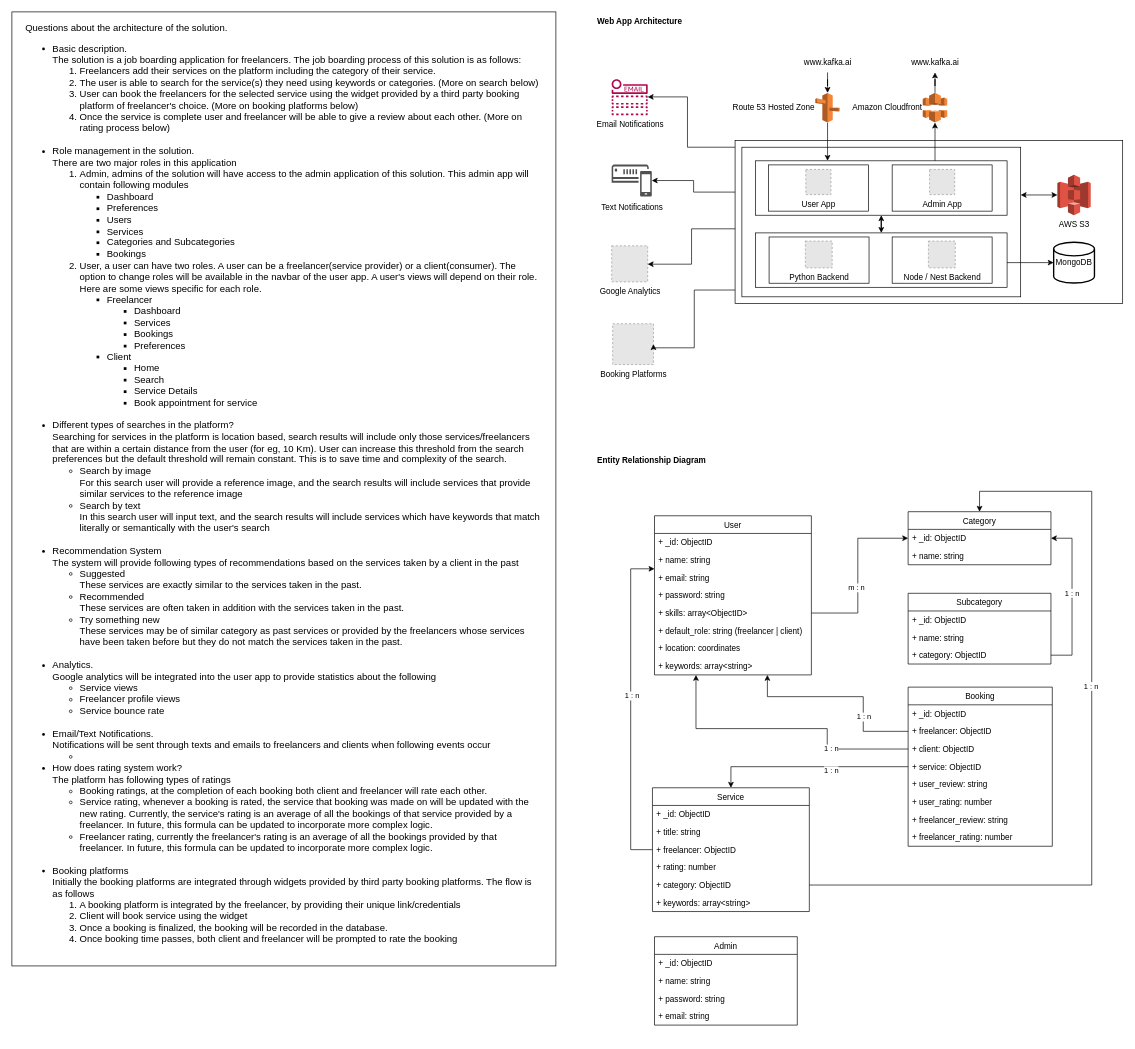
This is draw.io/sttrut.drawio from n4beel/diagrams, a draw.io file, before an edit. Source tidied: cells renumbered, new cells numbered last; positions are measured from the earlier drawing's top-left corner, leaving out a move shared by most shapes. Both pictures are drawn from the tidied source at 68%, with x=0, y=0 at pixel (12, 12). Pictures stored in the file or linked from it are replaced by grey dashed boxes.
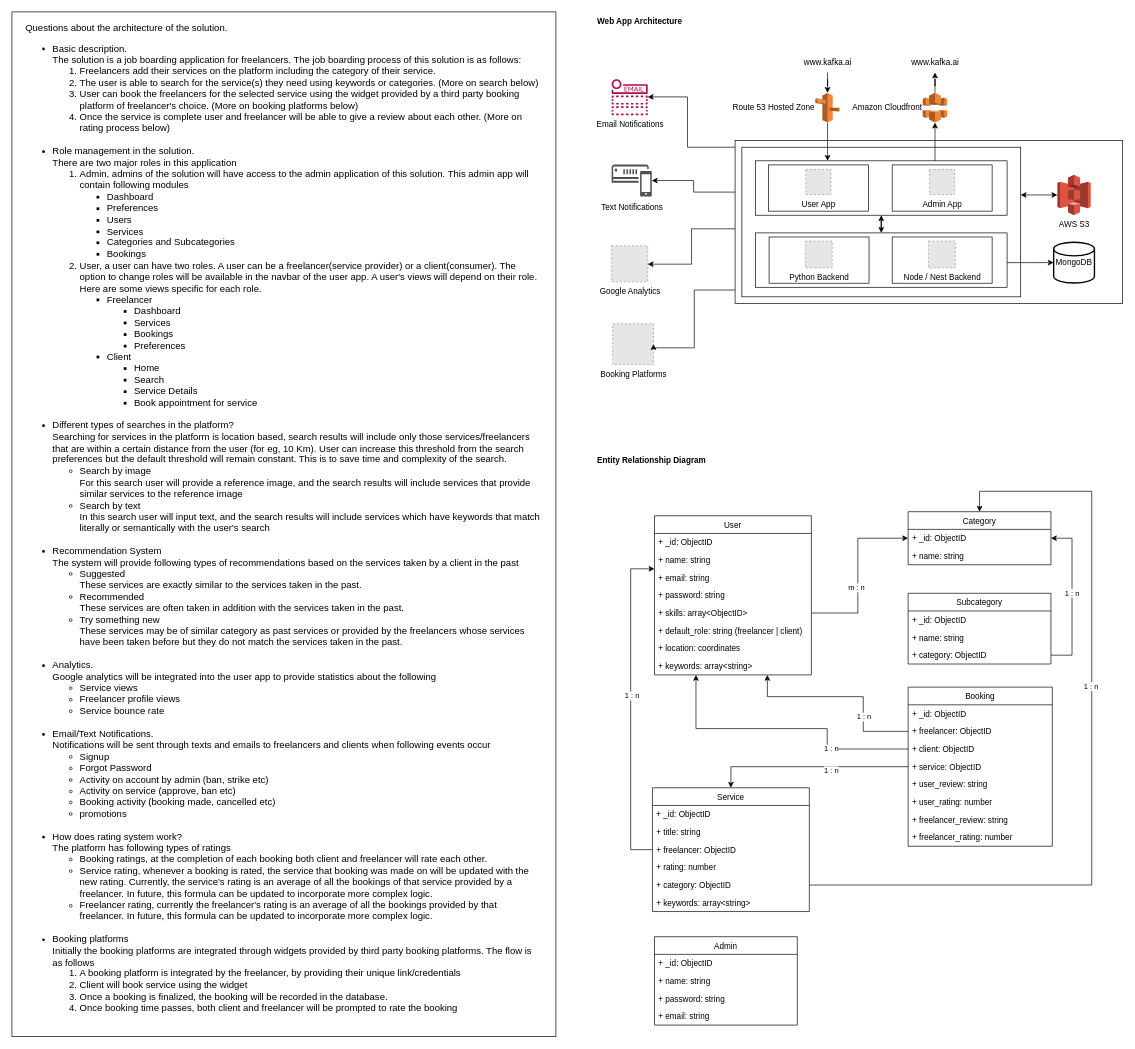
After the change.

Change to the diagram source:
```diff
@@
-    <mxCell id="56" value="&lt;div style=&quot;font-size: 14px;&quot;&gt;Questions about the architecture of the solution.&lt;/div&gt;&lt;ul style=&quot;&quot;&gt;&lt;li style=&quot;font-size: 14px;&quot;&gt;Basic description.&lt;br style=&quot;font-size: 14px;&quot;&gt;The solution is a job boarding application for freelancers. The job boarding process of this solution is as follows:&lt;/li&gt;&lt;ol style=&quot;font-size: 14px;&quot;&gt;&lt;li style=&quot;font-size: 14px;&quot;&gt;Freelancers add their services on the platform including the category of their service.&lt;/li&gt;&lt;li style=&quot;font-size: 14px;&quot;&gt;The user is able to search for the service(s) they need using keywords or categories. (More on search below)&lt;/li&gt;&lt;li style=&quot;font-size: 14px;&quot;&gt;User can book the freelancers for the selected service using the widget provided by a third party booking platform of freelancer's choice. (More on booking platforms below)&lt;/li&gt;&lt;li style=&quot;font-size: 14px;&quot;&gt;Once the service is complete user and freelancer will be able to give a review about each other. (More on rating process below)&lt;br&gt;&lt;br&gt;&lt;/li&gt;&lt;/ol&gt;&lt;li style=&quot;font-size: 14px;&quot;&gt;Role management in the solution.&lt;br&gt;There are two major roles in this application&lt;/li&gt;&lt;ol style=&quot;&quot;&gt;&lt;li style=&quot;font-size: 14px;&quot;&gt;Admin, admins of the solution will have access to the admin application of this solution. This admin app will contain following modules&lt;/li&gt;&lt;ul&gt;&lt;li style=&quot;&quot;&gt;Dashboard&lt;/li&gt;&lt;li style=&quot;&quot;&gt;Preferences&lt;/li&gt;&lt;li style=&quot;&quot;&gt;Users&lt;/li&gt;&lt;li style=&quot;&quot;&gt;Services&lt;/li&gt;&lt;li style=&quot;&quot;&gt;Categories and Subcategories&lt;/li&gt;&lt;li style=&quot;&quot;&gt;Bookings&lt;/li&gt;&lt;/ul&gt;&lt;li style=&quot;font-size: 14px;&quot;&gt;User, a user can have two roles. A user can be a freelancer(service provider) or a client(consumer). The option to change roles will be available in the navbar of the user app. A user's views will depend on their role. Here are some views specific for each role.&lt;/li&gt;&lt;ul&gt;&lt;li&gt;&lt;span style=&quot;background-color: initial;&quot;&gt;Freelancer&lt;/span&gt;&lt;/li&gt;&lt;ul&gt;&lt;li&gt;&lt;span style=&quot;background-color: initial;&quot;&gt;Dashboard&lt;/span&gt;&lt;/li&gt;&lt;li&gt;&lt;span style=&quot;background-color: initial;&quot;&gt;Services&lt;/span&gt;&lt;/li&gt;&lt;li&gt;&lt;span style=&quot;background-color: initial;&quot;&gt;Bookings&lt;/span&gt;&lt;/li&gt;&lt;li&gt;&lt;span style=&quot;background-color: initial;&quot;&gt;Preferences&lt;/span&gt;&lt;/li&gt;&lt;/ul&gt;&lt;li&gt;&lt;span style=&quot;background-color: initial;&quot;&gt;Client&lt;/span&gt;&lt;/li&gt;&lt;ul&gt;&lt;li&gt;&lt;span style=&quot;background-color: initial;&quot;&gt;Home&lt;/span&gt;&lt;/li&gt;&lt;li&gt;&lt;span style=&quot;background-color: initial;&quot;&gt;Search&lt;/span&gt;&lt;/li&gt;&lt;li&gt;&lt;span style=&quot;background-color: initial;&quot;&gt;Service Details&lt;/span&gt;&lt;/li&gt;&lt;li&gt;&lt;span style=&quot;background-color: initial;&quot;&gt;Book appointment for service&lt;br&gt;&lt;br&gt;&lt;/span&gt;&lt;/li&gt;&lt;/ul&gt;&lt;/ul&gt;&lt;/ol&gt;&lt;li style=&quot;font-size: 14px;&quot;&gt;Different types of searches in the platform?&lt;br&gt;Searching for services in the platform is location based, search results will include only those services/freelancers that are within a certain distance from the user (for eg, 10 Km). User can increase this threshold from the search preferences but the default threshold will remain constant. This is to save time and complexity of the search.&lt;/li&gt;&lt;ul&gt;&lt;li style=&quot;font-size: 14px;&quot;&gt;Search by image&lt;br&gt;For this search user will provide a reference image, and the search results will include services that provide similar services to the reference image&amp;nbsp;&lt;/li&gt;&lt;li style=&quot;font-size: 14px;&quot;&gt;Search by text&lt;br&gt;In this search user will input text, and the search results will include services which have keywords that match literally or semantically with the user's search&lt;br&gt;&lt;br&gt;&lt;/li&gt;&lt;/ul&gt;&lt;li style=&quot;font-size: 14px;&quot;&gt;Recommendation System&lt;br&gt;The system will provide following types of recommendations based on the services taken by a client in the past&lt;/li&gt;&lt;ul&gt;&lt;li style=&quot;font-size: 14px;&quot;&gt;Suggested&lt;br&gt;These services are exactly similar to the services taken in the past.&lt;/li&gt;&lt;li style=&quot;font-size: 14px;&quot;&gt;Recommended&lt;br&gt;These services are often taken in addition with the services taken in the past.&amp;nbsp;&lt;/li&gt;&lt;li style=&quot;font-size: 14px;&quot;&gt;Try something new&lt;br&gt;These services may be of similar category as past services or provided by the freelancers whose services have been taken before but they do not match the services taken in the past.&lt;br&gt;&lt;br&gt;&lt;/li&gt;&lt;/ul&gt;&lt;li style=&quot;font-size: 14px;&quot;&gt;Analytics.&lt;br&gt;Google analytics will be integrated into the user app to provide statistics about the following&lt;/li&gt;&lt;ul&gt;&lt;li style=&quot;font-size: 14px;&quot;&gt;Service views&lt;/li&gt;&lt;li style=&quot;font-size: 14px;&quot;&gt;Freelancer profile views&lt;/li&gt;&lt;li style=&quot;font-size: 14px;&quot;&gt;Service bounce rate&lt;br&gt;&lt;br&gt;&lt;/li&gt;&lt;/ul&gt;&lt;li style=&quot;font-size: 14px;&quot;&gt;Email/Text Notifications.&lt;br&gt;Notifications will be sent through texts and emails to freelancers and clients when following events occur&lt;/li&gt;&lt;ul&gt;&lt;li style=&quot;font-size: 14px;&quot;&gt;&lt;br&gt;&lt;/li&gt;&lt;/ul&gt;&lt;li style=&quot;font-size: 14px;&quot;&gt;How does rating system work?&lt;br&gt;The platform has following types of ratings&lt;/li&gt;&lt;ul&gt;&lt;li style=&quot;font-size: 14px;&quot;&gt;Booking ratings, at the completion of each booking both client and freelancer will rate each other.&lt;/li&gt;&lt;li style=&quot;font-size: 14px;&quot;&gt;Service rating, whenever a booking is rated, the service that booking was made on will be updated with the new rating. Currently, the service's rating is an average of all the bookings of that service provided by a freelancer. In future, this formula can be updated to incorporate more complex logic.&lt;/li&gt;&lt;li style=&quot;font-size: 14px;&quot;&gt;Freelancer rating, currently the freelancer's rating is an average of all the bookings provided by that freelancer. In future, this formula can be updated to incorporate more complex logic.&lt;br&gt;&lt;br&gt;&lt;/li&gt;&lt;/ul&gt;&lt;li style=&quot;font-size: 14px;&quot;&gt;Booking platforms&lt;br&gt;Initially the booking platforms are integrated through widgets provided by third party booking platforms. The flow is as follows&lt;/li&gt;&lt;ol&gt;&lt;li style=&quot;font-size: 14px;&quot;&gt;A booking platform is integrated by the freelancer, by providing their unique link/credentials&lt;/li&gt;&lt;li style=&quot;font-size: 14px;&quot;&gt;Client will book service using the widget&lt;/li&gt;&lt;li style=&quot;font-size: 14px;&quot;&gt;Once a booking is finalized, the booking will be recorded in the database.&lt;/li&gt;&lt;li style=&quot;font-size: 14px;&quot;&gt;Once booking time passes, both client and freelancer will be prompted to rate the booking&amp;nbsp;&lt;/li&gt;&lt;/ol&gt;&lt;/ul&gt;" style="rounded=0;whiteSpace=wrap;html=1;align=left;verticalAlign=top;spacing=10;spacingLeft=10;spacingRight=10;fontSize=14;" parent="1" vertex="1">
-      <mxGeometry width="800" height="1403" as="geometry" />
+    <mxCell id="56" value="&lt;div style=&quot;font-size: 14px;&quot;&gt;Questions about the architecture of the solution.&lt;/div&gt;&lt;ul style=&quot;&quot;&gt;&lt;li style=&quot;font-size: 14px;&quot;&gt;Basic description.&lt;br style=&quot;font-size: 14px;&quot;&gt;The solution is a job boarding application for freelancers. The job boarding process of this solution is as follows:&lt;/li&gt;&lt;ol style=&quot;font-size: 14px;&quot;&gt;&lt;li style=&quot;font-size: 14px;&quot;&gt;Freelancers add their services on the platform including the category of their service.&lt;/li&gt;&lt;li style=&quot;font-size: 14px;&quot;&gt;The user is able to search for the service(s) they need using keywords or categories. (More on search below)&lt;/li&gt;&lt;li style=&quot;font-size: 14px;&quot;&gt;User can book the freelancers for the selected service using the widget provided by a third party booking platform of freelancer's choice. (More on booking platforms below)&lt;/li&gt;&lt;li style=&quot;font-size: 14px;&quot;&gt;Once the service is complete user and freelancer will be able to give a review about each other. (More on rating process below)&lt;br&gt;&lt;br&gt;&lt;/li&gt;&lt;/ol&gt;&lt;li style=&quot;font-size: 14px;&quot;&gt;Role management in the solution.&lt;br&gt;There are two major roles in this application&lt;/li&gt;&lt;ol style=&quot;&quot;&gt;&lt;li style=&quot;font-size: 14px;&quot;&gt;Admin, admins of the solution will have access to the admin application of this solution. This admin app will contain following modules&lt;/li&gt;&lt;ul&gt;&lt;li style=&quot;&quot;&gt;Dashboard&lt;/li&gt;&lt;li style=&quot;&quot;&gt;Preferences&lt;/li&gt;&lt;li style=&quot;&quot;&gt;Users&lt;/li&gt;&lt;li style=&quot;&quot;&gt;Services&lt;/li&gt;&lt;li style=&quot;&quot;&gt;Categories and Subcategories&lt;/li&gt;&lt;li style=&quot;&quot;&gt;Bookings&lt;/li&gt;&lt;/ul&gt;&lt;li style=&quot;font-size: 14px;&quot;&gt;User, a user can have two roles. A user can be a freelancer(service provider) or a client(consumer). The option to change roles will be available in the navbar of the user app. A user's views will depend on their role. Here are some views specific for each role.&lt;/li&gt;&lt;ul&gt;&lt;li&gt;&lt;span style=&quot;background-color: initial;&quot;&gt;Freelancer&lt;/span&gt;&lt;/li&gt;&lt;ul&gt;&lt;li&gt;&lt;span style=&quot;background-color: initial;&quot;&gt;Dashboard&lt;/span&gt;&lt;/li&gt;&lt;li&gt;&lt;span style=&quot;background-color: initial;&quot;&gt;Services&lt;/span&gt;&lt;/li&gt;&lt;li&gt;&lt;span style=&quot;background-color: initial;&quot;&gt;Bookings&lt;/span&gt;&lt;/li&gt;&lt;li&gt;&lt;span style=&quot;background-color: initial;&quot;&gt;Preferences&lt;/span&gt;&lt;/li&gt;&lt;/ul&gt;&lt;li&gt;&lt;span style=&quot;background-color: initial;&quot;&gt;Client&lt;/span&gt;&lt;/li&gt;&lt;ul&gt;&lt;li&gt;&lt;span style=&quot;background-color: initial;&quot;&gt;Home&lt;/span&gt;&lt;/li&gt;&lt;li&gt;&lt;span style=&quot;background-color: initial;&quot;&gt;Search&lt;/span&gt;&lt;/li&gt;&lt;li&gt;&lt;span style=&quot;background-color: initial;&quot;&gt;Service Details&lt;/span&gt;&lt;/li&gt;&lt;li&gt;&lt;span style=&quot;background-color: initial;&quot;&gt;Book appointment for service&lt;br&gt;&lt;br&gt;&lt;/span&gt;&lt;/li&gt;&lt;/ul&gt;&lt;/ul&gt;&lt;/ol&gt;&lt;li style=&quot;font-size: 14px;&quot;&gt;Different types of searches in the platform?&lt;br&gt;Searching for services in the platform is location based, search results will include only those services/freelancers that are within a certain distance from the user (for eg, 10 Km). User can increase this threshold from the search preferences but the default threshold will remain constant. This is to save time and complexity of the search.&lt;/li&gt;&lt;ul&gt;&lt;li style=&quot;font-size: 14px;&quot;&gt;Search by image&lt;br&gt;For this search user will provide a reference image, and the search results will include services that provide similar services to the reference image&amp;nbsp;&lt;/li&gt;&lt;li style=&quot;font-size: 14px;&quot;&gt;Search by text&lt;br&gt;In this search user will input text, and the search results will include services which have keywords that match literally or semantically with the user's search&lt;br&gt;&lt;br&gt;&lt;/li&gt;&lt;/ul&gt;&lt;li style=&quot;font-size: 14px;&quot;&gt;Recommendation System&lt;br&gt;The system will provide following types of recommendations based on the services taken by a client in the past&lt;/li&gt;&lt;ul&gt;&lt;li style=&quot;font-size: 14px;&quot;&gt;Suggested&lt;br&gt;These services are exactly similar to the services taken in the past.&lt;/li&gt;&lt;li style=&quot;font-size: 14px;&quot;&gt;Recommended&lt;br&gt;These services are often taken in addition with the services taken in the past.&amp;nbsp;&lt;/li&gt;&lt;li style=&quot;font-size: 14px;&quot;&gt;Try something new&lt;br&gt;These services may be of similar category as past services or provided by the freelancers whose services have been taken before but they do not match the services taken in the past.&lt;br&gt;&lt;br&gt;&lt;/li&gt;&lt;/ul&gt;&lt;li style=&quot;font-size: 14px;&quot;&gt;Analytics.&lt;br&gt;Google analytics will be integrated into the user app to provide statistics about the following&lt;/li&gt;&lt;ul&gt;&lt;li style=&quot;font-size: 14px;&quot;&gt;Service views&lt;/li&gt;&lt;li style=&quot;font-size: 14px;&quot;&gt;Freelancer profile views&lt;/li&gt;&lt;li style=&quot;font-size: 14px;&quot;&gt;Service bounce rate&lt;br&gt;&lt;br&gt;&lt;/li&gt;&lt;/ul&gt;&lt;li style=&quot;font-size: 14px;&quot;&gt;Email/Text Notifications.&lt;br&gt;Notifications will be sent through texts and emails to freelancers and clients when following events occur&lt;/li&gt;&lt;ul&gt;&lt;li style=&quot;font-size: 14px;&quot;&gt;Signup&lt;/li&gt;&lt;li style=&quot;font-size: 14px;&quot;&gt;Forgot Password&lt;/li&gt;&lt;li style=&quot;font-size: 14px;&quot;&gt;Activity on account by admin (ban, strike etc)&lt;/li&gt;&lt;li style=&quot;font-size: 14px;&quot;&gt;Activity on service (approve, ban etc)&lt;/li&gt;&lt;li style=&quot;font-size: 14px;&quot;&gt;Booking activity (booking made, cancelled etc)&lt;/li&gt;&lt;li style=&quot;font-size: 14px;&quot;&gt;promotions&amp;nbsp;&lt;br&gt;&lt;br&gt;&lt;/li&gt;&lt;/ul&gt;&lt;li style=&quot;font-size: 14px;&quot;&gt;How does rating system work?&lt;br&gt;The platform has following types of ratings&lt;/li&gt;&lt;ul&gt;&lt;li style=&quot;font-size: 14px;&quot;&gt;Booking ratings, at the completion of each booking both client and freelancer will rate each other.&lt;/li&gt;&lt;li style=&quot;font-size: 14px;&quot;&gt;Service rating, whenever a booking is rated, the service that booking was made on will be updated with the new rating. Currently, the service's rating is an average of all the bookings of that service provided by a freelancer. In future, this formula can be updated to incorporate more complex logic.&lt;/li&gt;&lt;li style=&quot;font-size: 14px;&quot;&gt;Freelancer rating, currently the freelancer's rating is an average of all the bookings provided by that freelancer. In future, this formula can be updated to incorporate more complex logic.&lt;br&gt;&lt;br&gt;&lt;/li&gt;&lt;/ul&gt;&lt;li style=&quot;font-size: 14px;&quot;&gt;Booking platforms&lt;br&gt;Initially the booking platforms are integrated through widgets provided by third party booking platforms. The flow is as follows&lt;/li&gt;&lt;ol&gt;&lt;li style=&quot;font-size: 14px;&quot;&gt;A booking platform is integrated by the freelancer, by providing their unique link/credentials&lt;/li&gt;&lt;li style=&quot;font-size: 14px;&quot;&gt;Client will book service using the widget&lt;/li&gt;&lt;li style=&quot;font-size: 14px;&quot;&gt;Once a booking is finalized, the booking will be recorded in the database.&lt;/li&gt;&lt;li style=&quot;font-size: 14px;&quot;&gt;Once booking time passes, both client and freelancer will be prompted to rate the booking&amp;nbsp;&lt;/li&gt;&lt;/ol&gt;&lt;/ul&gt;" style="rounded=0;whiteSpace=wrap;html=1;align=left;verticalAlign=top;spacing=10;spacingLeft=10;spacingRight=10;fontSize=14;" parent="1" vertex="1">
+      <mxGeometry width="800" height="1507" as="geometry" />
     </mxCell>
```
